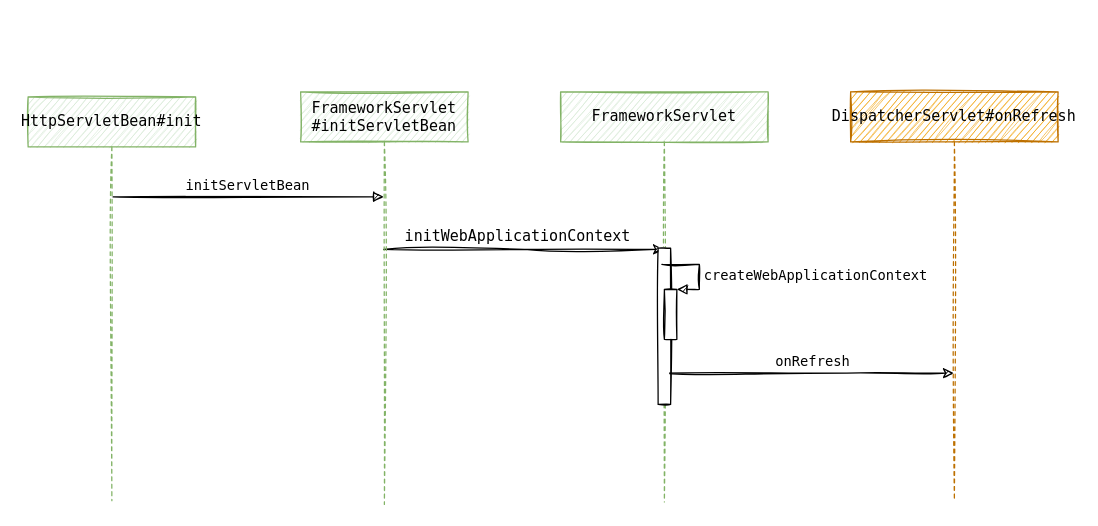
This is page "SpringMVC初始化流程" (2 of 2) of SpringMVC.drawio from blockmao/draw, a draw.io file, before an edit. Source tidied: cells renumbered, new cells numbered last; positions are measured from the earlier drawing's top-left corner, leaving out a move shared by most shapes. Both pictures are drawn from the tidied source at 125%, with x=0, y=0 at pixel (28, 91).
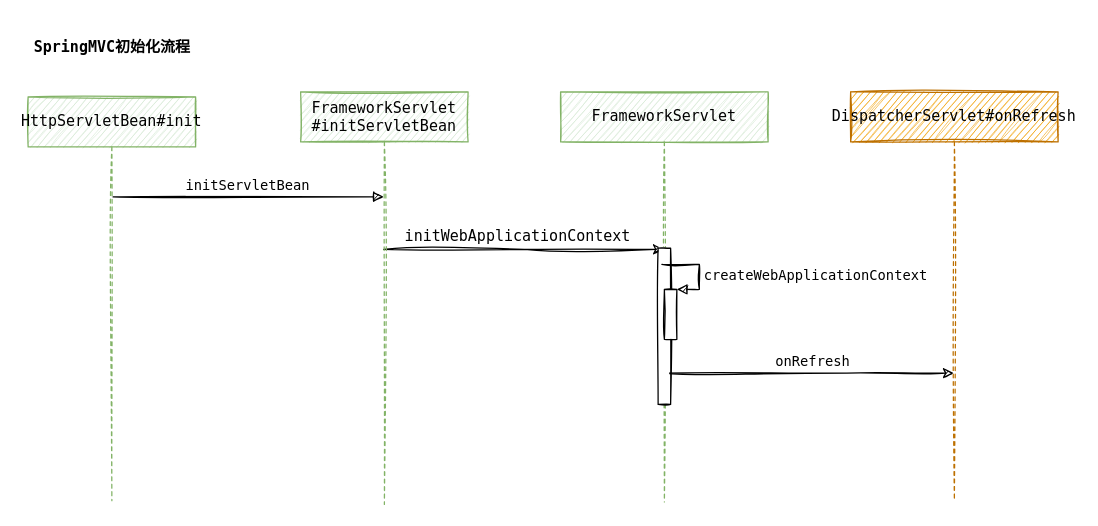
After the change.

The edit, as a diff of the source:
```diff
@@
+    <mxCell id="14" value="SpringMVC初始化流程" style="text;align=left;fontStyle=1;verticalAlign=middle;spacingLeft=3;spacingRight=3;strokeColor=none;labelBorderColor=none;sketch=1;fontFamily=Lucida Console;html=0;" parent="1" vertex="1">
+      <mxGeometry y="-56" width="146" height="39" as="geometry" />
+    </mxCell>
```
